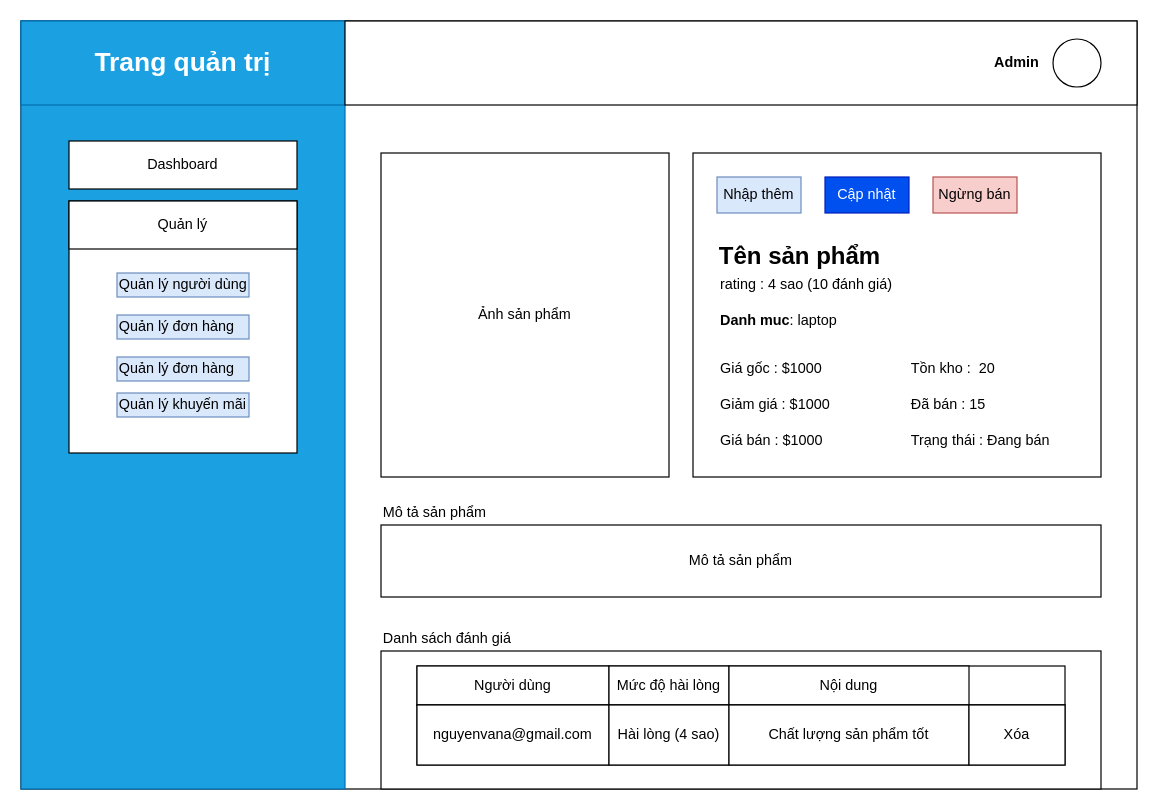
Above: mockup-fe/mockup-productDetail-admin (1).drawio in nguyenphamvan/datn_20202 (draw.io), before the change. Source tidied: cells renumbered, new cells numbered last; positions are measured from the earlier drawing's top-left corner, leaving out a move shared by most shapes. Both pictures are drawn from the tidied source at 120%, with x=0, y=0 at pixel (20, 20).
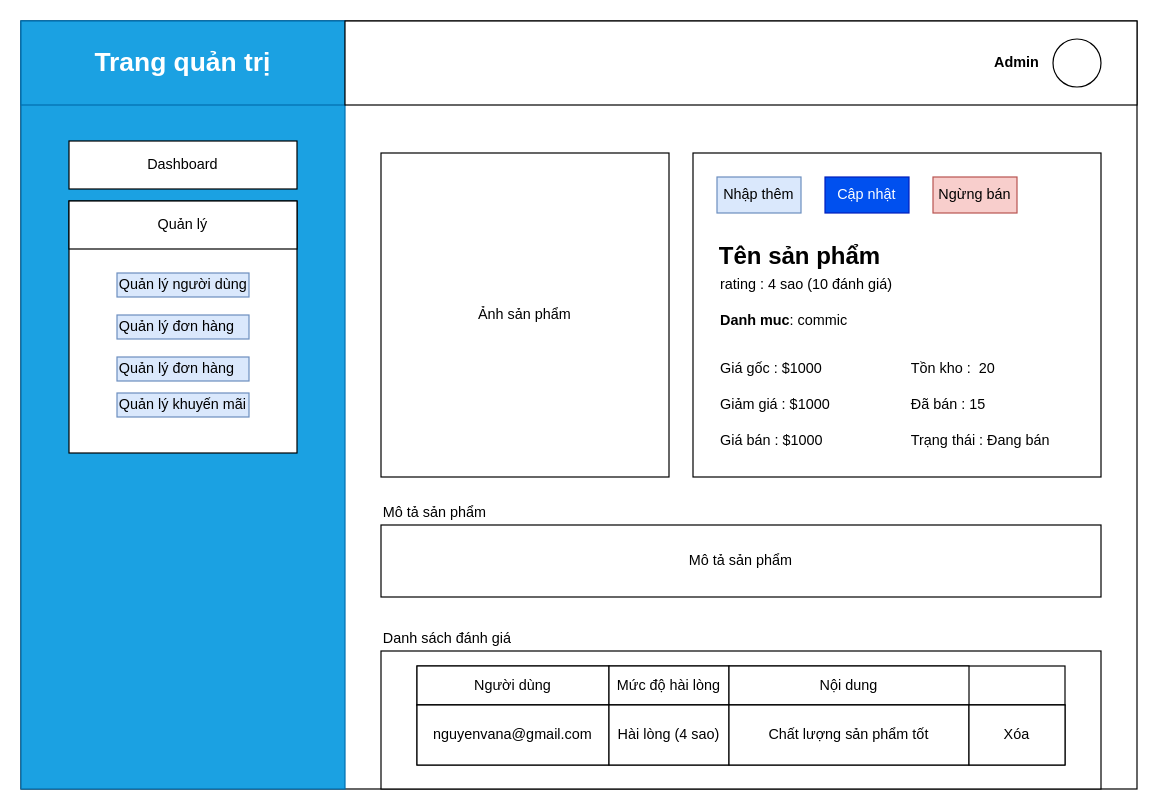
The same diagram, later.

Change to the diagram source:
```diff
@@
-    <mxCell id="22" value="&lt;b&gt;Danh muc&lt;/b&gt;: laptop" style="text;html=1;strokeColor=none;fillColor=none;align=left;verticalAlign=middle;whiteSpace=wrap;rounded=0;" parent="1" vertex="1">
+    <mxCell id="22" value="&lt;b&gt;Danh muc&lt;/b&gt;: commic" style="text;html=1;strokeColor=none;fillColor=none;align=left;verticalAlign=middle;whiteSpace=wrap;rounded=0;" parent="1" vertex="1">
       <mxGeometry x="581" y="240" width="109" height="20" as="geometry" />
     </mxCell>
```
